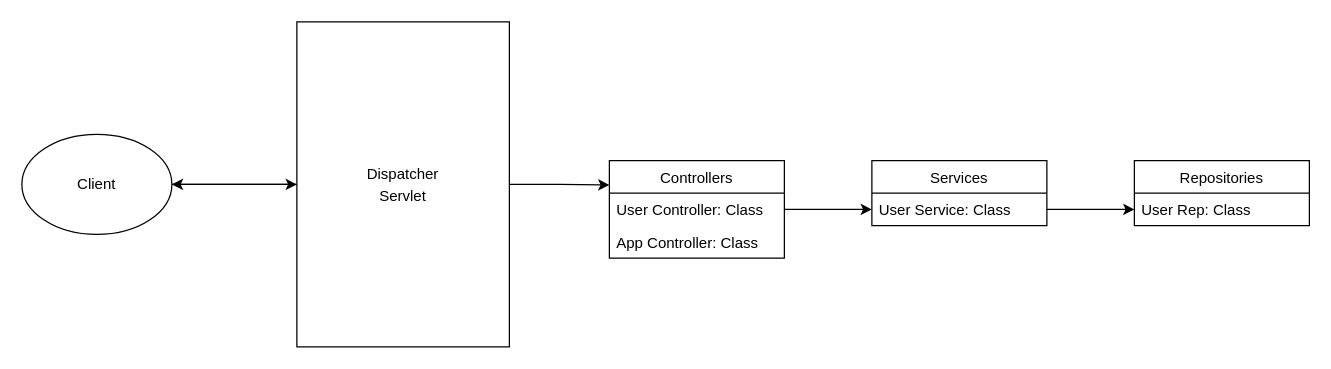
Before: spring.drawio in Deeathwiing/brackets, a draw.io diagram. Source tidied: cells renumbered, new cells numbered last; positions are measured from the earlier drawing's top-left corner, leaving out a move shared by most shapes. Both pictures are drawn from the tidied source at 125%, with x=0, y=0 at pixel (21, 21).
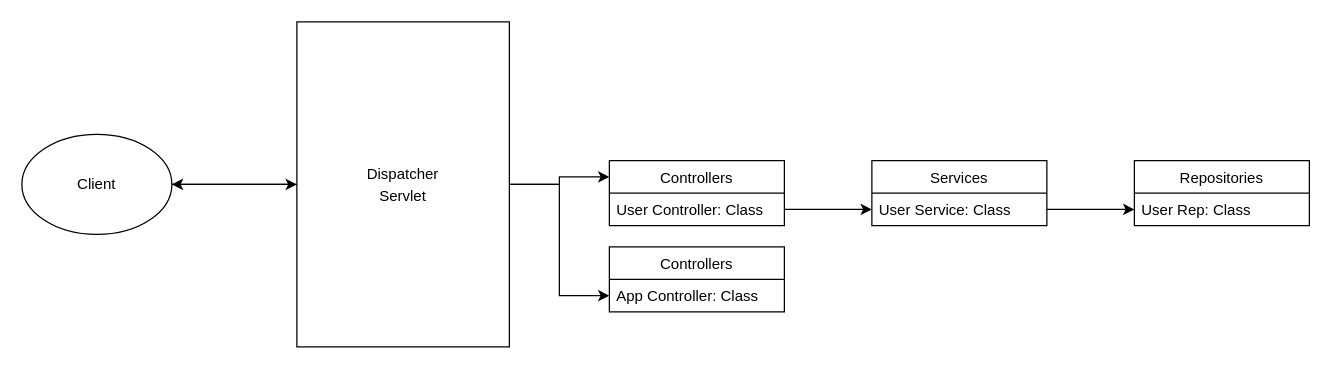
After the change.

What changed in the source:
```diff
@@
 <mxGraphModel background="#ffffff">
   <root>
     <mxCell id="0" />
     <mxCell id="1" parent="0" />
     <mxCell id="2" style="edgeStyle=orthogonalEdgeStyle;rounded=0;jettySize=auto;html=1;entryX=0.5;entryY=0;entryDx=0;entryDy=0;" parent="1" edge="1" source="3" target="6">
       <mxGeometry relative="1" as="geometry" />
     </mxCell>
     <mxCell id="3" value="Client" style="ellipse;whiteSpace=wrap;html=1;" parent="1" vertex="1">
       <mxGeometry y="90" width="120" height="80" as="geometry" />
     </mxCell>
     <mxCell id="4" style="edgeStyle=orthogonalEdgeStyle;rounded=0;jettySize=auto;html=1;" parent="1" edge="1" source="6" target="3">
       <mxGeometry relative="1" as="geometry" />
     </mxCell>
     <mxCell id="5" style="edgeStyle=orthogonalEdgeStyle;rounded=0;jettySize=auto;html=1;entryX=0;entryY=0.25;entryDx=0;entryDy=0;" parent="1" edge="1" source="6" target="12">
       <mxGeometry relative="1" as="geometry" />
     </mxCell>
+    <mxCell id="16" style="edgeStyle=orthogonalEdgeStyle;rounded=0;jettySize=auto;html=1;entryX=0;entryY=0.5;entryDx=0;entryDy=0;" parent="1" edge="1" source="6" target="14">
+      <mxGeometry relative="1" as="geometry" />
+    </mxCell>
     <mxCell id="6" value="&lt;p style=&quot;line-height: 150%&quot;&gt;Dispatcher&lt;br&gt;Servlet&lt;/p&gt;" style="rounded=0;whiteSpace=wrap;html=1;rotation=0;direction=north;" parent="1" vertex="1">
       <mxGeometry x="220" width="170" height="260" as="geometry" />
     </mxCell>
     <mxCell id="7" value="Services" style="swimlane;fontStyle=0;horizontal=1;startSize=26;fillColor=none;" parent="1" vertex="1">
       <mxGeometry x="680" y="111" width="140" height="52" as="geometry" />
     </mxCell>
     <mxCell id="8" value="User Service: Class" style="text;strokeColor=none;fillColor=none;align=left;verticalAlign=top;spacingLeft=4;spacingRight=4;overflow=hidden;points=[[0,0.5],[1,0.5]];portConstraint=eastwest;" parent="7" vertex="1">
       <mxGeometry y="26" width="140" height="26" as="geometry" />
     </mxCell>
     <mxCell id="9" value="Repositories" style="swimlane;fontStyle=0;horizontal=1;startSize=26;fillColor=none;" parent="1" vertex="1">
       <mxGeometry x="890" y="111" width="140" height="52" as="geometry" />
     </mxCell>
     <mxCell id="10" value="User Rep: Class" style="text;strokeColor=none;fillColor=none;align=left;verticalAlign=top;spacingLeft=4;spacingRight=4;overflow=hidden;points=[[0,0.5],[1,0.5]];portConstraint=eastwest;" parent="9" vertex="1">
       <mxGeometry y="26" width="140" height="26" as="geometry" />
     </mxCell>
     <mxCell id="11" style="edgeStyle=orthogonalEdgeStyle;rounded=0;jettySize=auto;html=1;entryX=0;entryY=0.5;entryDx=0;entryDy=0;" parent="1" edge="1" source="8" target="10">
       <mxGeometry relative="1" as="geometry" />
     </mxCell>
     <mxCell id="12" value="Controllers" style="swimlane;fontStyle=0;horizontal=1;startSize=26;fillColor=none;" parent="1" vertex="1">
-      <mxGeometry x="470" y="111" width="140" height="78" as="geometry" />
+      <mxGeometry x="470" y="111" width="140" height="52" as="geometry" />
     </mxCell>
     <mxCell id="13" value="User Controller: Class" style="text;strokeColor=none;fillColor=none;align=left;verticalAlign=top;spacingLeft=4;spacingRight=4;overflow=hidden;points=[[0,0.5],[1,0.5]];portConstraint=eastwest;" parent="12" vertex="1">
       <mxGeometry y="26" width="140" height="26" as="geometry" />
     </mxCell>
+    <mxCell id="15" style="edgeStyle=orthogonalEdgeStyle;rounded=0;jettySize=auto;html=1;" parent="1" edge="1" source="13" target="8">
+      <mxGeometry relative="1" as="geometry" />
+    </mxCell>
+    <mxCell id="17" value="Controllers" style="swimlane;fontStyle=0;horizontal=1;startSize=26;fillColor=none;" parent="1" vertex="1">
+      <mxGeometry x="470" y="180" width="140" height="52" as="geometry" />
+    </mxCell>
-    <mxCell id="14" value="App Controller: Class" style="text;strokeColor=none;fillColor=none;align=left;verticalAlign=top;spacingLeft=4;spacingRight=4;overflow=hidden;points=[[0,0.5],[1,0.5]];portConstraint=eastwest;" parent="12" vertex="1">
-      <mxGeometry y="52" width="140" height="26" as="geometry" />
+    <mxCell id="14" value="App Controller: Class" style="text;strokeColor=none;fillColor=none;align=left;verticalAlign=top;spacingLeft=4;spacingRight=4;overflow=hidden;points=[[0,0.5],[1,0.5]];portConstraint=eastwest;" parent="17" vertex="1">
+      <mxGeometry y="26" width="140" height="26" as="geometry" />
     </mxCell>
-    <mxCell id="15" style="edgeStyle=orthogonalEdgeStyle;rounded=0;jettySize=auto;html=1;" parent="1" edge="1" source="13" target="8">
-      <mxGeometry relative="1" as="geometry" />
-    </mxCell>
   </root>
 </mxGraphModel>
```
